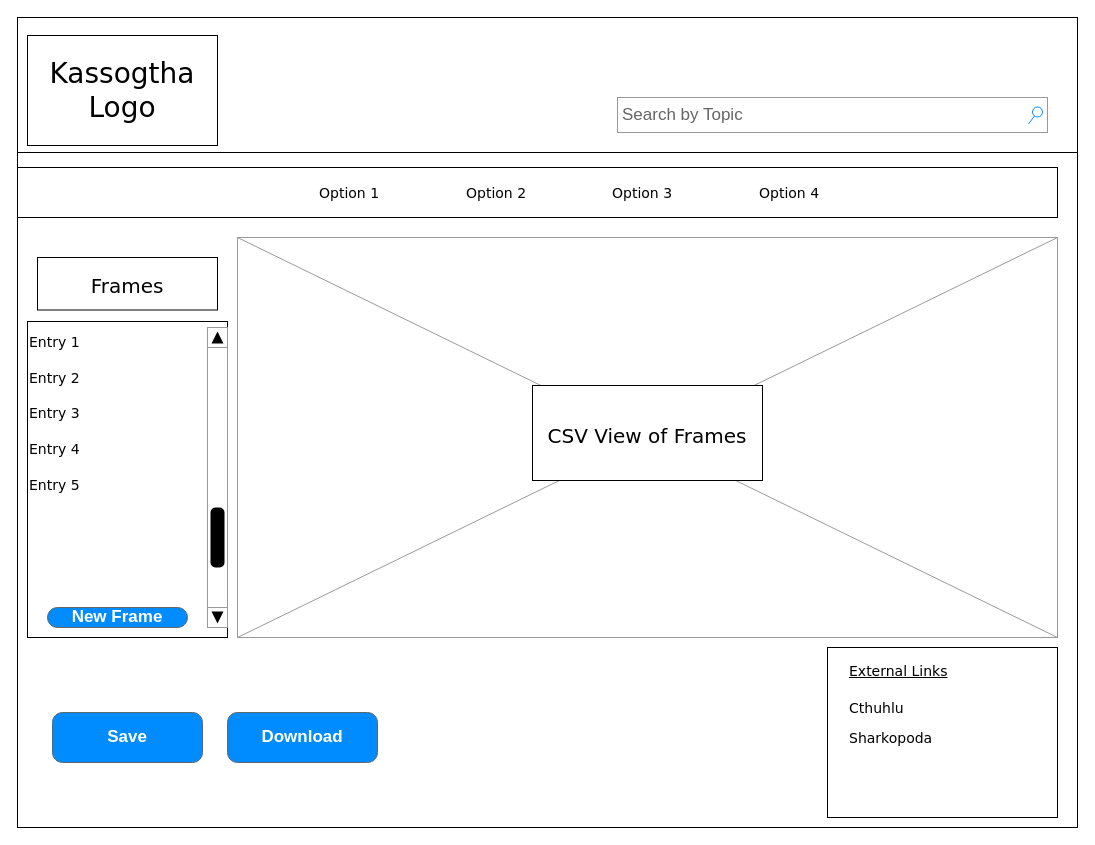
Above: KassogthaMockupRubino.drawio in XYIAN/Kassogtha (draw.io), before the change. Source tidied: cells renumbered, new cells numbered last; positions are measured from the earlier drawing's top-left corner, leaving out a move shared by most shapes. Both pictures are drawn from the tidied source at 100%, with x=0, y=0 at pixel (17, 17).
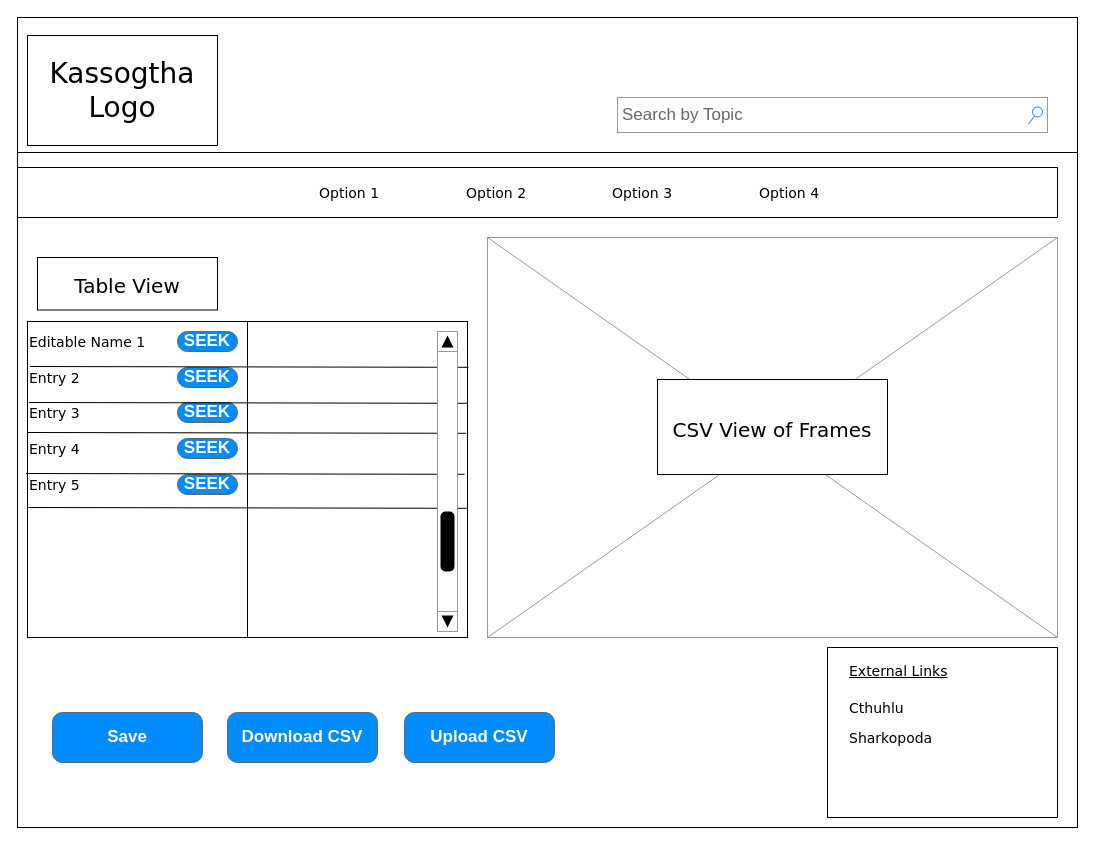
Above is the later version.

Unchanged cells that the change refers to:
```xml
<mxCell id="15" value="Entry&amp;nbsp;2" style="text;html=1;points=[];align=left;verticalAlign=top;spacingTop=-4;fontSize=14;fontFamily=Verdana;comic=0;" parent="1" vertex="1">
  <mxGeometry x="10" y="350" width="170" height="20" as="geometry" />
</mxCell>
```

What changed in the source:
```diff
@@
     <mxCell id="5" style="whiteSpace=wrap;html=1;rounded=0;shadow=0;labelBackgroundColor=none;strokeWidth=1;fillColor=none;fontFamily=Verdana;fontSize=12;align=center;comic=0;" parent="1" vertex="1">
-      <mxGeometry x="10" y="304" width="200" height="316" as="geometry" />
+      <mxGeometry x="10" y="304" width="440" height="316" as="geometry" />
     </mxCell>
@@
     <mxCell id="12" style="verticalLabelPosition=bottom;shadow=0;align=center;html=1;verticalAlign=top;strokeWidth=1;shape=mxgraph.mockup.graphics.simpleIcon;strokeColor=#999999;rounded=0;labelBackgroundColor=none;fontFamily=Verdana;fontSize=14;fontColor=#000000;comic=0;" parent="1" vertex="1">
-      <mxGeometry x="220" y="220" width="820" height="400" as="geometry" />
+      <mxGeometry x="470" y="220" width="570" height="400" as="geometry" />
     </mxCell>
@@
-    <mxCell id="14" value="Entry 1" style="text;html=1;align=left;verticalAlign=top;spacingTop=-4;fontSize=14;fontFamily=Verdana;comic=0;" parent="1" vertex="1">
+    <mxCell id="14" value="Editable Name 1" style="text;html=1;align=left;verticalAlign=top;spacingTop=-4;fontSize=14;fontFamily=Verdana;comic=0;" parent="1" vertex="1">
       <mxGeometry x="10" y="314" width="170" height="20" as="geometry" />
     </mxCell>
@@
-    <mxCell id="20" value="&lt;font style=&quot;font-size: 20px&quot;&gt;Frames&lt;/font&gt;" style="whiteSpace=wrap;html=1;rounded=0;shadow=0;labelBackgroundColor=none;strokeWidth=1;fontFamily=Verdana;fontSize=28;align=center;comic=0;" parent="1" vertex="1">
+    <mxCell id="20" value="&lt;font style=&quot;font-size: 20px&quot;&gt;Table View&lt;/font&gt;" style="whiteSpace=wrap;html=1;rounded=0;shadow=0;labelBackgroundColor=none;strokeWidth=1;fontFamily=Verdana;fontSize=28;align=center;comic=0;" parent="1" vertex="1">
       <mxGeometry x="20" y="240" width="180" height="52.5" as="geometry" />
     </mxCell>
@@
-    <mxCell id="22" value="Download" style="strokeWidth=1;shadow=0;dashed=0;align=center;html=1;shape=mxgraph.mockup.buttons.button;strokeColor=#666666;fontColor=#ffffff;mainText=;buttonStyle=round;fontSize=17;fontStyle=1;fillColor=#008cff;whiteSpace=wrap;comic=0;" parent="1" vertex="1">
+    <mxCell id="22" value="Download CSV" style="strokeWidth=1;shadow=0;dashed=0;align=center;html=1;shape=mxgraph.mockup.buttons.button;strokeColor=#666666;fontColor=#ffffff;mainText=;buttonStyle=round;fontSize=17;fontStyle=1;fillColor=#008cff;whiteSpace=wrap;comic=0;" parent="1" vertex="1">
       <mxGeometry x="210" y="695" width="150" height="50" as="geometry" />
     </mxCell>
     <mxCell id="23" value="&lt;font style=&quot;font-size: 20px&quot;&gt;CSV View of Frames&lt;/font&gt;" style="whiteSpace=wrap;html=1;rounded=0;shadow=0;labelBackgroundColor=none;strokeWidth=1;fontFamily=Verdana;fontSize=28;align=center;comic=0;" parent="1" vertex="1">
-      <mxGeometry x="515" y="368" width="230" height="95" as="geometry" />
+      <mxGeometry x="640" y="362" width="230" height="95" as="geometry" />
     </mxCell>
-    <mxCell id="24" style="verticalLabelPosition=bottom;shadow=0;dashed=0;align=center;html=1;verticalAlign=top;strokeWidth=1;shape=mxgraph.mockup.navigation.scrollBar;strokeColor=#999999;barPos=20;fillColor2=#000000;strokeColor2=none;direction=north;fillColor=#ffffff;comic=0;" parent="1" vertex="1">
-      <mxGeometry x="190" y="310" width="20" height="300" as="geometry" />
-    </mxCell>
-    <mxCell id="25" value="New Frame" style="strokeWidth=1;shadow=0;dashed=0;align=center;html=1;shape=mxgraph.mockup.buttons.button;strokeColor=#666666;fontColor=#ffffff;mainText=;buttonStyle=round;fontSize=17;fontStyle=1;fillColor=#008cff;whiteSpace=wrap;comic=0;" parent="1" vertex="1">
-      <mxGeometry x="30" y="590" width="140" height="20" as="geometry" />
-    </mxCell>
@@
+    <mxCell id="28" value="Upload CSV" style="strokeWidth=1;shadow=0;dashed=0;align=center;html=1;shape=mxgraph.mockup.buttons.button;strokeColor=#666666;fontColor=#ffffff;mainText=;buttonStyle=round;fontSize=17;fontStyle=1;fillColor=#008cff;whiteSpace=wrap;comic=0;" parent="1" vertex="1">
+      <mxGeometry x="387" y="695" width="150" height="50" as="geometry" />
+    </mxCell>
+    <mxCell id="29" style="endArrow=none;html=1;entryX=0.5;entryY=1;entryDx=0;entryDy=0;exitX=0.5;exitY=0;exitDx=0;exitDy=0;" parent="1" edge="1" source="5" target="5">
+      <mxGeometry relative="1" as="geometry" />
+    </mxCell>
+    <mxCell id="30" value="SEEK" style="strokeWidth=1;shadow=0;dashed=0;align=center;html=1;shape=mxgraph.mockup.buttons.button;strokeColor=#666666;fontColor=#ffffff;mainText=;buttonStyle=round;fontSize=17;fontStyle=1;fillColor=#008cff;whiteSpace=wrap;comic=0;" parent="1" vertex="1">
+      <mxGeometry x="160" y="350" width="60" height="20" as="geometry" />
+    </mxCell>
+    <mxCell id="31" value="SEEK" style="strokeWidth=1;shadow=0;dashed=0;align=center;html=1;shape=mxgraph.mockup.buttons.button;strokeColor=#666666;fontColor=#ffffff;mainText=;buttonStyle=round;fontSize=17;fontStyle=1;fillColor=#008cff;whiteSpace=wrap;comic=0;" parent="1" vertex="1">
+      <mxGeometry x="160" y="385" width="60" height="20" as="geometry" />
+    </mxCell>
+    <mxCell id="32" value="SEEK" style="strokeWidth=1;shadow=0;dashed=0;align=center;html=1;shape=mxgraph.mockup.buttons.button;strokeColor=#666666;fontColor=#ffffff;mainText=;buttonStyle=round;fontSize=17;fontStyle=1;fillColor=#008cff;whiteSpace=wrap;comic=0;" parent="1" vertex="1">
+      <mxGeometry x="160" y="421" width="60" height="20" as="geometry" />
+    </mxCell>
+    <mxCell id="33" value="SEEK" style="strokeWidth=1;shadow=0;dashed=0;align=center;html=1;shape=mxgraph.mockup.buttons.button;strokeColor=#666666;fontColor=#ffffff;mainText=;buttonStyle=round;fontSize=17;fontStyle=1;fillColor=#008cff;whiteSpace=wrap;comic=0;" parent="1" vertex="1">
+      <mxGeometry x="160" y="457" width="60" height="20" as="geometry" />
+    </mxCell>
+    <mxCell id="34" value="SEEK" style="strokeWidth=1;shadow=0;dashed=0;align=center;html=1;shape=mxgraph.mockup.buttons.button;strokeColor=#666666;fontColor=#ffffff;mainText=;buttonStyle=round;fontSize=17;fontStyle=1;fillColor=#008cff;whiteSpace=wrap;comic=0;" parent="1" vertex="1">
+      <mxGeometry x="160" y="314" width="60" height="20" as="geometry" />
+    </mxCell>
+    <mxCell id="35" style="endArrow=none;html=1;entryX=0.014;entryY=-0.05;entryDx=0;entryDy=0;exitX=1.002;exitY=0.145;exitDx=0;exitDy=0;entryPerimeter=0;exitPerimeter=0;" parent="1" edge="1" source="5" target="15">
+      <mxGeometry relative="1" as="geometry" />
+    </mxCell>
+    <mxCell id="36" style="endArrow=none;html=1;entryX=0.014;entryY=-0.05;entryDx=0;entryDy=0;exitX=1.002;exitY=0.145;exitDx=0;exitDy=0;entryPerimeter=0;exitPerimeter=0;" parent="1" edge="1">
+      <mxGeometry relative="1" as="geometry">
+        <mxPoint x="450" y="385.8" as="sourcePoint" />
+        <mxPoint x="11.5" y="385" as="targetPoint" />
+      </mxGeometry>
+    </mxCell>
+    <mxCell id="37" style="endArrow=none;html=1;entryX=0.014;entryY=-0.05;entryDx=0;entryDy=0;exitX=1.002;exitY=0.145;exitDx=0;exitDy=0;entryPerimeter=0;exitPerimeter=0;" parent="1" edge="1">
+      <mxGeometry relative="1" as="geometry">
+        <mxPoint x="448.5" y="415.8" as="sourcePoint" />
+        <mxPoint x="10" y="415" as="targetPoint" />
+      </mxGeometry>
+    </mxCell>
+    <mxCell id="38" style="endArrow=none;html=1;entryX=0.014;entryY=-0.05;entryDx=0;entryDy=0;exitX=1.002;exitY=0.145;exitDx=0;exitDy=0;entryPerimeter=0;exitPerimeter=0;" parent="1" edge="1">
+      <mxGeometry relative="1" as="geometry">
+        <mxPoint x="447" y="456.8" as="sourcePoint" />
+        <mxPoint x="8.5" y="456" as="targetPoint" />
+      </mxGeometry>
+    </mxCell>
+    <mxCell id="39" style="endArrow=none;html=1;entryX=0.014;entryY=-0.05;entryDx=0;entryDy=0;exitX=1.002;exitY=0.145;exitDx=0;exitDy=0;entryPerimeter=0;exitPerimeter=0;" parent="1" edge="1">
+      <mxGeometry relative="1" as="geometry">
+        <mxPoint x="449.3" y="490.8" as="sourcePoint" />
+        <mxPoint x="10.8" y="490" as="targetPoint" />
+      </mxGeometry>
+    </mxCell>
+    <mxCell id="24" style="verticalLabelPosition=bottom;shadow=0;dashed=0;align=center;html=1;verticalAlign=top;strokeWidth=1;shape=mxgraph.mockup.navigation.scrollBar;strokeColor=#999999;barPos=20;fillColor2=#000000;strokeColor2=none;direction=north;fillColor=#ffffff;comic=0;" parent="1" vertex="1">
+      <mxGeometry x="420" y="314" width="20" height="300" as="geometry" />
+    </mxCell>
```
